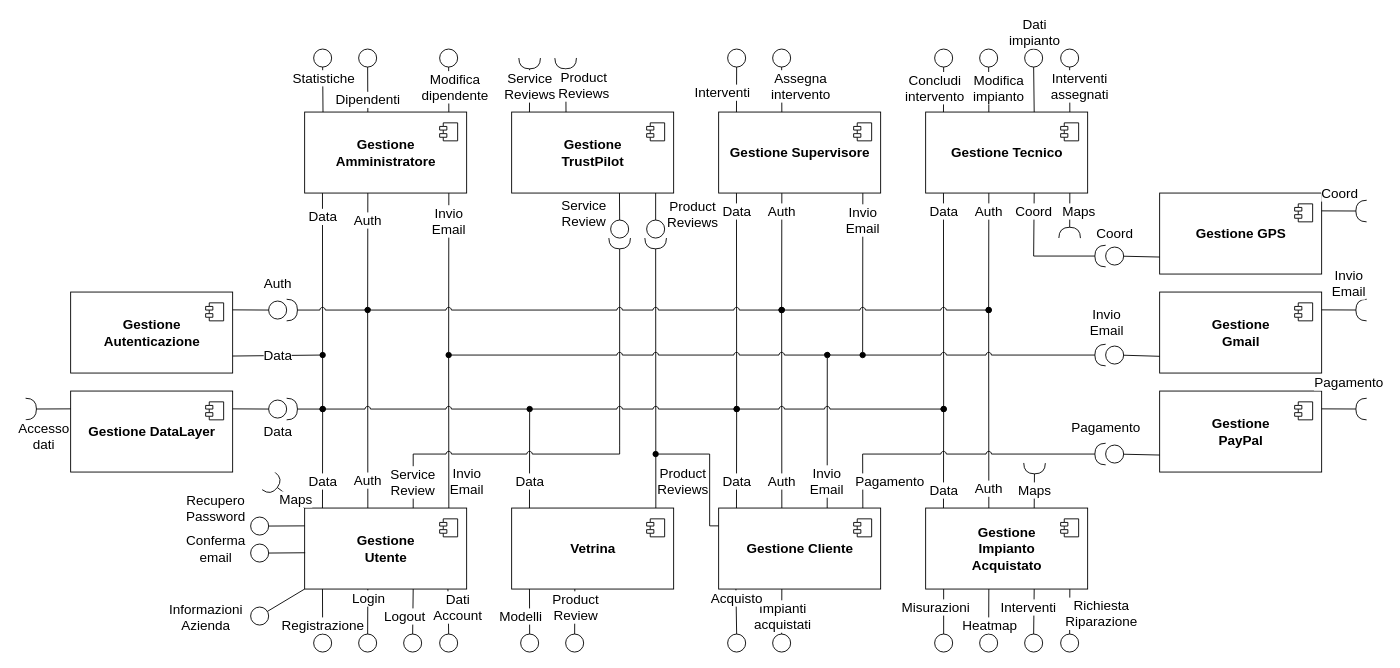
Above: deliverables/d2/.media/.drawio/diagrammacomp.drawio in amanfucci/ardeeno-workondeliverables (draw.io), before the change. Source tidied: cells renumbered, new cells numbered last; positions are measured from the earlier drawing's top-left corner, leaving out a move shared by most shapes. Both pictures are drawn from the tidied source at 90%, with x=0, y=0 at pixel (25, 49).
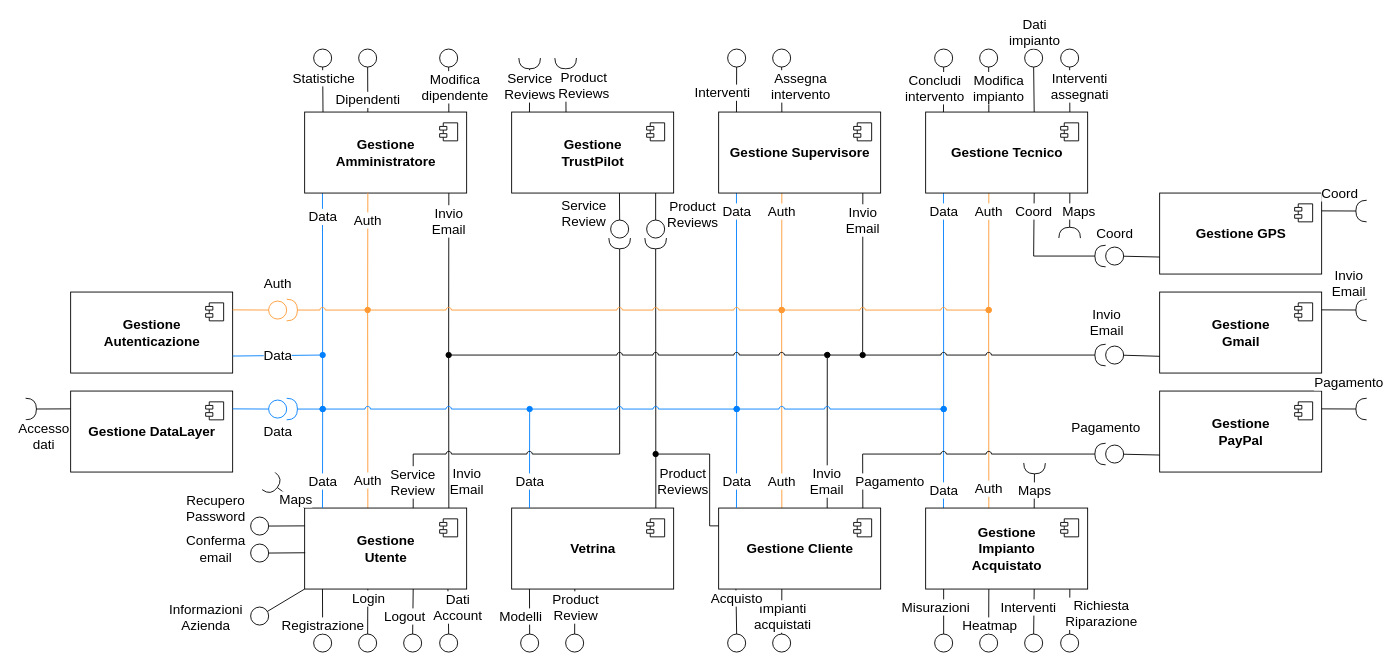
The same diagram, later.

The change refers to these unchanged cells:
```xml
<mxCell id="18" value="&lt;b&gt;Gestione Cliente&lt;/b&gt;" style="html=1;strokeColor=default;fontFamily=Helvetica;fontSize=15;fontColor=default;fillColor=default;points=[[0,0,0,0,0],[0,0.11,0,0,0],[0,0.22,0,0,0],[0,0.34,0,0,0],[0,0.46,0,0,0],[0,0.57,0,0,0],[0,0.68,0,0,0],[0,0.79,0,0,0],[0,0.9,0,0,0],[0,1,0,0,0],[0.06,0,0,0,0],[0.06,1,0,0,0],[0.11,0,0,0,0],[0.11,1,0,0,0],[0.17,0,0,0,0],[0.17,1,0,0,0],[0.22,0,0,0,0],[0.22,1,0,0,0],[0.28,0,0,0,0],[0.28,1,0,0,0],[0.33,0,0,0,0],[0.33,1,0,0,0],[0.39,0,0,0,0],[0.39,1,0,0,0],[0.44,0,0,0,0],[0.44,1,0,0,0],[0.5,0,0,0,0],[0.5,1,0,0,0],[0.56,0,0,0,0],[0.56,1,0,0,0],[0.61,0,0,0,0],[0.61,1,0,0,0],[0.67,0,0,0,0],[0.67,1,0,0,0],[0.72,0,0,0,0],[0.72,1,0,0,0],[0.78,0,0,0,0],[0.78,1,0,0,0],[0.83,0,0,0,0],[0.83,1,0,0,0],[0.89,0,0,0,0],[0.89,1,0,0,0],[0.94,0,0,0,0],[0.94,1,0,0,0],[1,0,0,0,0],[1,0.11,0,0,0],[1,0.22,0,0,0],[1,0.34,0,0,0],[1,0.46,0,0,0],[1,0.57,0,0,0],[1,0.68,0,0,0],[1,0.79,0,0,0],[1,0.9,0,0,0],[1,1,0,0,0]];movableLabel=0;" parent="17" vertex="1">
  <mxGeometry width="180" height="90" as="geometry" />
</mxCell>
<mxCell id="21" value="&lt;b&gt;Gestione Supervisore&lt;/b&gt;" style="html=1;strokeColor=default;fontFamily=Helvetica;fontSize=15;fontColor=default;fillColor=default;points=[[0,0,0,0,0],[0,0.11,0,0,0],[0,0.22,0,0,0],[0,0.34,0,0,0],[0,0.46,0,0,0],[0,0.57,0,0,0],[0,0.68,0,0,0],[0,0.79,0,0,0],[0,0.9,0,0,0],[0,1,0,0,0],[0.06,0,0,0,0],[0.06,1,0,0,0],[0.11,0,0,0,0],[0.11,1,0,0,0],[0.17,0,0,0,0],[0.17,1,0,0,0],[0.22,0,0,0,0],[0.22,1,0,0,0],[0.28,0,0,0,0],[0.28,1,0,0,0],[0.33,0,0,0,0],[0.33,1,0,0,0],[0.39,0,0,0,0],[0.39,1,0,0,0],[0.44,0,0,0,0],[0.44,1,0,0,0],[0.5,0,0,0,0],[0.5,1,0,0,0],[0.56,0,0,0,0],[0.56,1,0,0,0],[0.61,0,0,0,0],[0.61,1,0,0,0],[0.67,0,0,0,0],[0.67,1,0,0,0],[0.72,0,0,0,0],[0.72,1,0,0,0],[0.78,0,0,0,0],[0.78,1,0,0,0],[0.83,0,0,0,0],[0.83,1,0,0,0],[0.89,0,0,0,0],[0.89,1,0,0,0],[0.94,0,0,0,0],[0.94,1,0,0,0],[1,0,0,0,0],[1,0.11,0,0,0],[1,0.22,0,0,0],[1,0.34,0,0,0],[1,0.46,0,0,0],[1,0.57,0,0,0],[1,0.68,0,0,0],[1,0.79,0,0,0],[1,0.9,0,0,0],[1,1,0,0,0]];movableLabel=0;" parent="20" vertex="1">
  <mxGeometry width="180" height="90" as="geometry" />
</mxCell>
<mxCell id="24" value="&lt;b&gt;Gestione&lt;br&gt;Amministratore&lt;/b&gt;" style="html=1;strokeColor=default;fontFamily=Helvetica;fontSize=15;fontColor=default;fillColor=default;points=[[0,0,0,0,0],[0,0.11,0,0,0],[0,0.22,0,0,0],[0,0.34,0,0,0],[0,0.46,0,0,0],[0,0.57,0,0,0],[0,0.68,0,0,0],[0,0.79,0,0,0],[0,0.9,0,0,0],[0,1,0,0,0],[0.06,0,0,0,0],[0.06,1,0,0,0],[0.11,0,0,0,0],[0.11,1,0,0,0],[0.17,0,0,0,0],[0.17,1,0,0,0],[0.22,0,0,0,0],[0.22,1,0,0,0],[0.28,0,0,0,0],[0.28,1,0,0,0],[0.33,0,0,0,0],[0.33,1,0,0,0],[0.39,0,0,0,0],[0.39,1,0,0,0],[0.44,0,0,0,0],[0.44,1,0,0,0],[0.5,0,0,0,0],[0.5,1,0,0,0],[0.56,0,0,0,0],[0.56,1,0,0,0],[0.61,0,0,0,0],[0.61,1,0,0,0],[0.67,0,0,0,0],[0.67,1,0,0,0],[0.72,0,0,0,0],[0.72,1,0,0,0],[0.78,0,0,0,0],[0.78,1,0,0,0],[0.83,0,0,0,0],[0.83,1,0,0,0],[0.89,0,0,0,0],[0.89,1,0,0,0],[0.94,0,0,0,0],[0.94,1,0,0,0],[1,0,0,0,0],[1,0.11,0,0,0],[1,0.22,0,0,0],[1,0.34,0,0,0],[1,0.46,0,0,0],[1,0.57,0,0,0],[1,0.68,0,0,0],[1,0.79,0,0,0],[1,0.9,0,0,0],[1,1,0,0,0]];movableLabel=0;" parent="23" vertex="1">
  <mxGeometry width="180" height="90" as="geometry" />
</mxCell>
<mxCell id="27" value="&lt;b&gt;Gestione Tecnico&lt;/b&gt;" style="html=1;strokeColor=default;fontFamily=Helvetica;fontSize=15;fontColor=default;fillColor=default;points=[[0,0,0,0,0],[0,0.11,0,0,0],[0,0.22,0,0,0],[0,0.34,0,0,0],[0,0.46,0,0,0],[0,0.57,0,0,0],[0,0.68,0,0,0],[0,0.79,0,0,0],[0,0.9,0,0,0],[0,1,0,0,0],[0.06,0,0,0,0],[0.06,1,0,0,0],[0.11,0,0,0,0],[0.11,1,0,0,0],[0.17,0,0,0,0],[0.17,1,0,0,0],[0.22,0,0,0,0],[0.22,1,0,0,0],[0.28,0,0,0,0],[0.28,1,0,0,0],[0.33,0,0,0,0],[0.33,1,0,0,0],[0.39,0,0,0,0],[0.39,1,0,0,0],[0.44,0,0,0,0],[0.44,1,0,0,0],[0.5,0,0,0,0],[0.5,1,0,0,0],[0.56,0,0,0,0],[0.56,1,0,0,0],[0.61,0,0,0,0],[0.61,1,0,0,0],[0.67,0,0,0,0],[0.67,1,0,0,0],[0.72,0,0,0,0],[0.72,1,0,0,0],[0.78,0,0,0,0],[0.78,1,0,0,0],[0.83,0,0,0,0],[0.83,1,0,0,0],[0.89,0,0,0,0],[0.89,1,0,0,0],[0.94,0,0,0,0],[0.94,1,0,0,0],[1,0,0,0,0],[1,0.11,0,0,0],[1,0.22,0,0,0],[1,0.34,0,0,0],[1,0.46,0,0,0],[1,0.57,0,0,0],[1,0.68,0,0,0],[1,0.79,0,0,0],[1,0.9,0,0,0],[1,1,0,0,0]];movableLabel=0;" parent="26" vertex="1">
  <mxGeometry width="180" height="90" as="geometry" />
</mxCell>
<mxCell id="39" value="&lt;b&gt;Gestione&lt;br&gt;Utente&lt;br&gt;&lt;/b&gt;" style="html=1;strokeColor=default;fontFamily=Helvetica;fontSize=15;fontColor=default;fillColor=default;points=[[0,0,0,0,0],[0,0.11,0,0,0],[0,0.22,0,0,0],[0,0.34,0,0,0],[0,0.46,0,0,0],[0,0.57,0,0,0],[0,0.68,0,0,0],[0,0.79,0,0,0],[0,0.9,0,0,0],[0,1,0,0,0],[0.06,0,0,0,0],[0.06,1,0,0,0],[0.11,0,0,0,0],[0.11,1,0,0,0],[0.17,0,0,0,0],[0.17,1,0,0,0],[0.22,0,0,0,0],[0.22,1,0,0,0],[0.28,0,0,0,0],[0.28,1,0,0,0],[0.33,0,0,0,0],[0.33,1,0,0,0],[0.39,0,0,0,0],[0.39,1,0,0,0],[0.44,0,0,0,0],[0.44,1,0,0,0],[0.5,0,0,0,0],[0.5,1,0,0,0],[0.56,0,0,0,0],[0.56,1,0,0,0],[0.61,0,0,0,0],[0.61,1,0,0,0],[0.67,0,0,0,0],[0.67,1,0,0,0],[0.72,0,0,0,0],[0.72,1,0,0,0],[0.78,0,0,0,0],[0.78,1,0,0,0],[0.83,0,0,0,0],[0.83,1,0,0,0],[0.89,0,0,0,0],[0.89,1,0,0,0],[0.94,0,0,0,0],[0.94,1,0,0,0],[1,0,0,0,0],[1,0.11,0,0,0],[1,0.22,0,0,0],[1,0.34,0,0,0],[1,0.46,0,0,0],[1,0.57,0,0,0],[1,0.68,0,0,0],[1,0.79,0,0,0],[1,0.9,0,0,0],[1,1,0,0,0]];movableLabel=0;" parent="38" vertex="1">
  <mxGeometry width="180" height="90" as="geometry" />
</mxCell>
<mxCell id="74" value="&lt;b&gt;Gestione&lt;br&gt;Impianto&lt;br&gt;Acquistato&lt;br&gt;&lt;/b&gt;" style="html=1;strokeColor=default;fontFamily=Helvetica;fontSize=15;fontColor=default;fillColor=default;points=[[0,0,0,0,0],[0,0.11,0,0,0],[0,0.22,0,0,0],[0,0.34,0,0,0],[0,0.46,0,0,0],[0,0.57,0,0,0],[0,0.68,0,0,0],[0,0.79,0,0,0],[0,0.9,0,0,0],[0,1,0,0,0],[0.06,0,0,0,0],[0.06,1,0,0,0],[0.11,0,0,0,0],[0.11,1,0,0,0],[0.17,0,0,0,0],[0.17,1,0,0,0],[0.22,0,0,0,0],[0.22,1,0,0,0],[0.28,0,0,0,0],[0.28,1,0,0,0],[0.33,0,0,0,0],[0.33,1,0,0,0],[0.39,0,0,0,0],[0.39,1,0,0,0],[0.44,0,0,0,0],[0.44,1,0,0,0],[0.5,0,0,0,0],[0.5,1,0,0,0],[0.56,0,0,0,0],[0.56,1,0,0,0],[0.61,0,0,0,0],[0.61,1,0,0,0],[0.67,0,0,0,0],[0.67,1,0,0,0],[0.72,0,0,0,0],[0.72,1,0,0,0],[0.78,0,0,0,0],[0.78,1,0,0,0],[0.83,0,0,0,0],[0.83,1,0,0,0],[0.89,0,0,0,0],[0.89,1,0,0,0],[0.94,0,0,0,0],[0.94,1,0,0,0],[1,0,0,0,0],[1,0.11,0,0,0],[1,0.22,0,0,0],[1,0.34,0,0,0],[1,0.46,0,0,0],[1,0.57,0,0,0],[1,0.68,0,0,0],[1,0.79,0,0,0],[1,0.9,0,0,0],[1,1,0,0,0]];movableLabel=0;" parent="73" vertex="1">
  <mxGeometry width="180" height="90" as="geometry" />
</mxCell>
<mxCell id="89" value="&lt;b&gt;Gestione DataLayer&lt;/b&gt;" style="html=1;strokeColor=default;fontFamily=Helvetica;fontSize=15;fontColor=default;fillColor=default;points=[[0,0,0,0,0],[0,0.11,0,0,0],[0,0.22,0,0,0],[0,0.34,0,0,0],[0,0.46,0,0,0],[0,0.57,0,0,0],[0,0.68,0,0,0],[0,0.79,0,0,0],[0,0.9,0,0,0],[0,1,0,0,0],[0.06,0,0,0,0],[0.06,1,0,0,0],[0.11,0,0,0,0],[0.11,1,0,0,0],[0.17,0,0,0,0],[0.17,1,0,0,0],[0.22,0,0,0,0],[0.22,1,0,0,0],[0.28,0,0,0,0],[0.28,1,0,0,0],[0.33,0,0,0,0],[0.33,1,0,0,0],[0.39,0,0,0,0],[0.39,1,0,0,0],[0.44,0,0,0,0],[0.44,1,0,0,0],[0.5,0,0,0,0],[0.5,1,0,0,0],[0.56,0,0,0,0],[0.56,1,0,0,0],[0.61,0,0,0,0],[0.61,1,0,0,0],[0.67,0,0,0,0],[0.67,1,0,0,0],[0.72,0,0,0,0],[0.72,1,0,0,0],[0.78,0,0,0,0],[0.78,1,0,0,0],[0.83,0,0,0,0],[0.83,1,0,0,0],[0.89,0,0,0,0],[0.89,1,0,0,0],[0.94,0,0,0,0],[0.94,1,0,0,0],[1,0,0,0,0],[1,0.11,0,0,0],[1,0.22,0,0,0],[1,0.34,0,0,0],[1,0.46,0,0,0],[1,0.57,0,0,0],[1,0.68,0,0,0],[1,0.79,0,0,0],[1,0.9,0,0,0],[1,1,0,0,0]];movableLabel=0;" parent="88" vertex="1">
  <mxGeometry width="180" height="90" as="geometry" />
</mxCell>
<mxCell id="100" value="&lt;b&gt;Gestione&lt;br&gt;Autenticazione&lt;br&gt;&lt;/b&gt;" style="html=1;strokeColor=default;fontFamily=Helvetica;fontSize=15;fontColor=default;fillColor=default;points=[[0,0,0,0,0],[0,0.11,0,0,0],[0,0.22,0,0,0],[0,0.34,0,0,0],[0,0.46,0,0,0],[0,0.57,0,0,0],[0,0.68,0,0,0],[0,0.79,0,0,0],[0,0.9,0,0,0],[0,1,0,0,0],[0.06,0,0,0,0],[0.06,1,0,0,0],[0.11,0,0,0,0],[0.11,1,0,0,0],[0.17,0,0,0,0],[0.17,1,0,0,0],[0.22,0,0,0,0],[0.22,1,0,0,0],[0.28,0,0,0,0],[0.28,1,0,0,0],[0.33,0,0,0,0],[0.33,1,0,0,0],[0.39,0,0,0,0],[0.39,1,0,0,0],[0.44,0,0,0,0],[0.44,1,0,0,0],[0.5,0,0,0,0],[0.5,1,0,0,0],[0.56,0,0,0,0],[0.56,1,0,0,0],[0.61,0,0,0,0],[0.61,1,0,0,0],[0.67,0,0,0,0],[0.67,1,0,0,0],[0.72,0,0,0,0],[0.72,1,0,0,0],[0.78,0,0,0,0],[0.78,1,0,0,0],[0.83,0,0,0,0],[0.83,1,0,0,0],[0.89,0,0,0,0],[0.89,1,0,0,0],[0.94,0,0,0,0],[0.94,1,0,0,0],[1,0,0,0,0],[1,0.11,0,0,0],[1,0.22,0,0,0],[1,0.34,0,0,0],[1,0.46,0,0,0],[1,0.57,0,0,0],[1,0.68,0,0,0],[1,0.79,0,0,0],[1,0.9,0,0,0],[1,1,0,0,0]];movableLabel=0;" parent="99" vertex="1">
  <mxGeometry width="180" height="90" as="geometry" />
</mxCell>
<mxCell id="126" value="&lt;b&gt;Vetrina&lt;/b&gt;" style="html=1;strokeColor=default;fontFamily=Helvetica;fontSize=15;fontColor=default;fillColor=default;points=[[0,0,0,0,0],[0,0.11,0,0,0],[0,0.22,0,0,0],[0,0.34,0,0,0],[0,0.46,0,0,0],[0,0.57,0,0,0],[0,0.68,0,0,0],[0,0.79,0,0,0],[0,0.9,0,0,0],[0,1,0,0,0],[0.06,0,0,0,0],[0.06,1,0,0,0],[0.11,0,0,0,0],[0.11,1,0,0,0],[0.17,0,0,0,0],[0.17,1,0,0,0],[0.22,0,0,0,0],[0.22,1,0,0,0],[0.28,0,0,0,0],[0.28,1,0,0,0],[0.33,0,0,0,0],[0.33,1,0,0,0],[0.39,0,0,0,0],[0.39,1,0,0,0],[0.44,0,0,0,0],[0.44,1,0,0,0],[0.5,0,0,0,0],[0.5,1,0,0,0],[0.56,0,0,0,0],[0.56,1,0,0,0],[0.61,0,0,0,0],[0.61,1,0,0,0],[0.67,0,0,0,0],[0.67,1,0,0,0],[0.72,0,0,0,0],[0.72,1,0,0,0],[0.78,0,0,0,0],[0.78,1,0,0,0],[0.83,0,0,0,0],[0.83,1,0,0,0],[0.89,0,0,0,0],[0.89,1,0,0,0],[0.94,0,0,0,0],[0.94,1,0,0,0],[1,0,0,0,0],[1,0.11,0,0,0],[1,0.22,0,0,0],[1,0.34,0,0,0],[1,0.46,0,0,0],[1,0.57,0,0,0],[1,0.68,0,0,0],[1,0.79,0,0,0],[1,0.9,0,0,0],[1,1,0,0,0]];movableLabel=0;" parent="125" vertex="1">
  <mxGeometry width="180" height="90" as="geometry" />
</mxCell>
```

Change to the diagram source:
```diff
@@
-    <mxCell id="6" value="Auth" style="endArrow=none;html=1;rounded=0;labelBackgroundColor=default;strokeColor=default;fontFamily=Helvetica;fontSize=15;fontColor=default;shape=connector;jumpStyle=arc;exitX=0.39;exitY=0;exitDx=0;exitDy=0;exitPerimeter=0;" parent="1" edge="1" source="39">
+    <mxCell id="6" value="Auth" style="endArrow=none;html=1;rounded=0;labelBackgroundColor=default;strokeColor=#FF9933;fontFamily=Helvetica;fontSize=15;fontColor=default;shape=connector;jumpStyle=arc;exitX=0.39;exitY=0;exitDx=0;exitDy=0;exitPerimeter=0;" parent="1" edge="1" source="39">
       <mxGeometry x="-0.73" relative="1" as="geometry">
         <mxPoint x="380" y="290" as="targetPoint" />
         <mxPoint y="-1" as="offset" />
       </mxGeometry>
     </mxCell>
@@
-    <mxCell id="8" value="Auth" style="edgeStyle=none;rounded=0;jumpStyle=arc;jettySize=auto;html=1;exitX=0.39;exitY=0;exitDx=0;exitDy=0;exitPerimeter=0;fontSize=15;endArrow=oval;endFill=1;jumpSize=6;" parent="1" edge="1" source="74">
+    <mxCell id="8" value="Auth" style="edgeStyle=none;rounded=0;jumpStyle=arc;jettySize=auto;html=1;exitX=0.39;exitY=0;exitDx=0;exitDy=0;exitPerimeter=0;fontSize=15;endArrow=oval;endFill=1;jumpSize=6;strokeColor=#FF9933;" parent="1" edge="1" source="74">
       <mxGeometry x="-0.8" relative="1" as="geometry">
         <mxPoint x="1070" y="290" as="targetPoint" />
       </mxGeometry>
     </mxCell>
-    <mxCell id="9" value="Data" style="edgeStyle=none;rounded=0;jumpStyle=arc;jettySize=auto;html=1;exitX=0.11;exitY=0;exitDx=0;exitDy=0;exitPerimeter=0;fontSize=15;endArrow=oval;endFill=1;jumpSize=6;" parent="1" edge="1" source="74">
+    <mxCell id="9" value="Data" style="edgeStyle=none;rounded=0;jumpStyle=arc;jettySize=auto;html=1;exitX=0.11;exitY=0;exitDx=0;exitDy=0;exitPerimeter=0;fontSize=15;endArrow=oval;endFill=1;jumpSize=6;strokeColor=#007FFF;" parent="1" edge="1" source="74">
       <mxGeometry x="-0.64" relative="1" as="geometry">
         <mxPoint x="1020" y="400" as="targetPoint" />
       </mxGeometry>
     </mxCell>
-    <mxCell id="10" value="Auth" style="edgeStyle=none;rounded=0;jumpStyle=arc;jettySize=auto;html=1;exitX=0.39;exitY=0;exitDx=0;exitDy=0;exitPerimeter=0;fontSize=15;endArrow=oval;endFill=1;jumpSize=6;" parent="1" edge="1" source="18">
+    <mxCell id="10" value="Auth" style="edgeStyle=none;rounded=0;jumpStyle=arc;jettySize=auto;html=1;exitX=0.39;exitY=0;exitDx=0;exitDy=0;exitPerimeter=0;fontSize=15;endArrow=oval;endFill=1;jumpSize=6;strokeColor=#FF9933;" parent="1" edge="1" source="18">
       <mxGeometry x="-0.73" relative="1" as="geometry">
         <mxPoint x="840" y="290" as="targetPoint" />
         <Array as="points">
           <mxPoint x="840" y="290" />
         </Array>
       </mxGeometry>
     </mxCell>
@@
-    <mxCell id="12" value="Data" style="rounded=0;jettySize=auto;html=1;exitX=0.11;exitY=1;exitDx=0;exitDy=0;exitPerimeter=0;endArrow=oval;endFill=1;jumpStyle=arc;fontSize=15;jumpSize=6;" parent="1" edge="1" source="27">
+    <mxCell id="12" value="Data" style="rounded=0;jettySize=auto;html=1;exitX=0.11;exitY=1;exitDx=0;exitDy=0;exitPerimeter=0;endArrow=oval;endFill=1;jumpStyle=arc;fontSize=15;jumpSize=6;strokeColor=#007FFF;" parent="1" edge="1" source="27">
       <mxGeometry x="-0.83" relative="1" as="geometry">
         <mxPoint x="1020" y="400" as="targetPoint" />
         <Array as="points">
           <mxPoint x="1020" y="400" />
         </Array>
       </mxGeometry>
     </mxCell>
-    <mxCell id="13" value="Auth" style="edgeStyle=none;rounded=0;jumpStyle=arc;jettySize=auto;html=1;exitX=0.39;exitY=1;exitDx=0;exitDy=0;exitPerimeter=0;fontSize=15;endArrow=oval;endFill=1;jumpSize=6;" parent="1" edge="1" source="27">
+    <mxCell id="13" value="Auth" style="edgeStyle=none;rounded=0;jumpStyle=arc;jettySize=auto;html=1;exitX=0.39;exitY=1;exitDx=0;exitDy=0;exitPerimeter=0;fontSize=15;endArrow=oval;endFill=1;jumpSize=6;strokeColor=#FF9933;" parent="1" edge="1" source="27">
       <mxGeometry x="-0.69" relative="1" as="geometry">
         <mxPoint x="1070" y="290" as="targetPoint" />
         <Array as="points">
           <mxPoint x="1070" y="290" />
         </Array>
       </mxGeometry>
     </mxCell>
-    <mxCell id="14" value="Data" style="edgeStyle=none;rounded=0;jumpStyle=arc;jettySize=auto;html=1;exitX=0.11;exitY=1;exitDx=0;exitDy=0;exitPerimeter=0;fontSize=15;endArrow=oval;endFill=1;jumpSize=6;" parent="1" edge="1" source="21">
+    <mxCell id="14" value="Data" style="edgeStyle=none;rounded=0;jumpStyle=arc;jettySize=auto;html=1;exitX=0.11;exitY=1;exitDx=0;exitDy=0;exitPerimeter=0;fontSize=15;endArrow=oval;endFill=1;jumpSize=6;strokeColor=#007FFF;" parent="1" edge="1" source="21">
       <mxGeometry x="-0.83" relative="1" as="geometry">
         <mxPoint x="790" y="400" as="targetPoint" />
       </mxGeometry>
     </mxCell>
-    <mxCell id="15" value="Auth" style="edgeStyle=none;rounded=0;jumpStyle=arc;jettySize=auto;html=1;exitX=0.39;exitY=1;exitDx=0;exitDy=0;exitPerimeter=0;strokeColor=default;fontSize=15;endArrow=oval;endFill=1;jumpSize=6;" parent="1" edge="1" source="21">
+    <mxCell id="15" value="Auth" style="edgeStyle=none;rounded=0;jumpStyle=arc;jettySize=auto;html=1;exitX=0.39;exitY=1;exitDx=0;exitDy=0;exitPerimeter=0;strokeColor=#FF9933;fontSize=15;endArrow=oval;endFill=1;jumpSize=6;" parent="1" edge="1" source="21">
       <mxGeometry x="-0.7" relative="1" as="geometry">
         <mxPoint x="840" y="290" as="targetPoint" />
       </mxGeometry>
     </mxCell>
-    <mxCell id="16" value="Data" style="edgeStyle=none;rounded=0;jumpStyle=arc;jettySize=auto;html=1;exitX=0.11;exitY=1;exitDx=0;exitDy=0;exitPerimeter=0;fontSize=15;endArrow=oval;endFill=1;jumpSize=6;" parent="1" edge="1" source="24">
+    <mxCell id="16" value="Data" style="edgeStyle=none;rounded=0;jumpStyle=arc;jettySize=auto;html=1;exitX=0.11;exitY=1;exitDx=0;exitDy=0;exitPerimeter=0;fontSize=15;endArrow=oval;endFill=1;jumpSize=6;strokeColor=#007FFF;" parent="1" edge="1" source="24">
       <mxGeometry x="-0.78" relative="1" as="geometry">
         <mxPoint x="330" y="400" as="targetPoint" />
       </mxGeometry>
     </mxCell>
@@
-    <mxCell id="96" style="ellipse;whiteSpace=wrap;html=1;align=center;points=[];outlineConnect=0;sketch=0;strokeColor=default;fontFamily=Helvetica;fontSize=15;fontColor=default;fillColor=default;" parent="1" vertex="1">
+    <mxCell id="96" style="ellipse;whiteSpace=wrap;html=1;align=center;points=[];outlineConnect=0;sketch=0;strokeColor=#007FFF;fontFamily=Helvetica;fontSize=15;fontColor=default;fillColor=default;" parent="1" vertex="1">
       <mxGeometry x="270" y="390" width="20" height="20" as="geometry" />
     </mxCell>
-    <mxCell id="97" style="rounded=0;jettySize=auto;html=1;endArrow=none;endFill=0;sketch=0;sourcePerimeterSpacing=0;targetPerimeterSpacing=0;labelBackgroundColor=default;strokeColor=default;fontFamily=Helvetica;fontSize=15;fontColor=default;startSize=20;endSize=20;shape=connector;elbow=vertical;exitX=1;exitY=0.22;exitDx=0;exitDy=0;exitPerimeter=0;jumpStyle=arc;jumpSize=6;" parent="1" edge="1" source="89" target="96">
+    <mxCell id="97" style="rounded=0;jettySize=auto;html=1;endArrow=none;endFill=0;sketch=0;sourcePerimeterSpacing=0;targetPerimeterSpacing=0;labelBackgroundColor=default;strokeColor=#007FFF;fontFamily=Helvetica;fontSize=15;fontColor=default;startSize=20;endSize=20;shape=connector;elbow=vertical;exitX=1;exitY=0.22;exitDx=0;exitDy=0;exitPerimeter=0;jumpStyle=arc;jumpSize=6;" parent="1" edge="1" source="89" target="96">
       <mxGeometry relative="1" as="geometry" />
     </mxCell>
@@
-    <mxCell id="102" style="ellipse;whiteSpace=wrap;html=1;align=center;points=[];outlineConnect=0;sketch=0;strokeColor=default;fontFamily=Helvetica;fontSize=15;fontColor=default;fillColor=default;" parent="1" vertex="1">
+    <mxCell id="102" style="ellipse;whiteSpace=wrap;html=1;align=center;points=[];outlineConnect=0;sketch=0;strokeColor=#FF9933;fontFamily=Helvetica;fontSize=15;fontColor=default;fillColor=default;" parent="1" vertex="1">
       <mxGeometry x="270" y="280" width="20" height="20" as="geometry" />
     </mxCell>
-    <mxCell id="103" style="rounded=0;jettySize=auto;html=1;endArrow=none;endFill=0;sketch=0;sourcePerimeterSpacing=0;targetPerimeterSpacing=0;labelBackgroundColor=default;strokeColor=default;fontFamily=Helvetica;fontSize=15;fontColor=default;startSize=20;endSize=20;shape=connector;elbow=vertical;exitX=1;exitY=0.22;exitDx=0;exitDy=0;exitPerimeter=0;jumpStyle=arc;jumpSize=6;" parent="1" edge="1" source="100" target="102">
+    <mxCell id="103" style="rounded=0;jettySize=auto;html=1;endArrow=none;endFill=0;sketch=0;sourcePerimeterSpacing=0;targetPerimeterSpacing=0;labelBackgroundColor=default;strokeColor=#FF9933;fontFamily=Helvetica;fontSize=15;fontColor=default;startSize=20;endSize=20;shape=connector;elbow=vertical;exitX=1;exitY=0.22;exitDx=0;exitDy=0;exitPerimeter=0;jumpStyle=arc;jumpSize=6;" parent="1" edge="1" source="100" target="102">
       <mxGeometry relative="1" as="geometry" />
     </mxCell>
@@
-    <mxCell id="119" style="rounded=0;jettySize=auto;html=1;endArrow=halfCircle;endFill=0;endSize=10;strokeWidth=1;sketch=0;labelBackgroundColor=default;strokeColor=default;fontFamily=Helvetica;fontSize=15;fontColor=default;shape=connector;elbow=vertical;jumpSize=6;anchorPointDirection=0;jumpStyle=arc;" parent="1" edge="1" target="96">
+    <mxCell id="119" style="rounded=0;jettySize=auto;html=1;endArrow=halfCircle;endFill=0;endSize=10;strokeWidth=1;sketch=0;labelBackgroundColor=default;strokeColor=#007FFF;fontFamily=Helvetica;fontSize=15;fontColor=default;shape=connector;elbow=vertical;jumpSize=6;anchorPointDirection=0;jumpStyle=arc;" parent="1" edge="1" target="96">
       <mxGeometry relative="1" as="geometry">
         <mxPoint x="1020" y="400" as="sourcePoint" />
         <Array as="points">
           <mxPoint x="330" y="400" />
         </Array>
       </mxGeometry>
     </mxCell>
@@
-    <mxCell id="124" value="Data" style="edgeStyle=none;rounded=0;jumpStyle=arc;jettySize=auto;html=1;exitX=0.11;exitY=0;exitDx=0;exitDy=0;exitPerimeter=0;fontSize=15;endArrow=oval;endFill=1;jumpSize=6;" parent="1" edge="1" source="39">
+    <mxCell id="124" value="Data" style="edgeStyle=none;rounded=0;jumpStyle=arc;jettySize=auto;html=1;exitX=0.11;exitY=0;exitDx=0;exitDy=0;exitPerimeter=0;fontSize=15;endArrow=oval;endFill=1;jumpSize=6;strokeColor=#007FFF;" parent="1" edge="1" source="39">
       <mxGeometry x="-0.45" relative="1" as="geometry">
         <mxPoint x="330" y="400" as="targetPoint" />
       </mxGeometry>
     </mxCell>
@@
-    <mxCell id="134" value="Data" style="edgeStyle=none;rounded=0;jumpStyle=arc;jettySize=auto;html=1;exitX=0.11;exitY=0;exitDx=0;exitDy=0;exitPerimeter=0;fontSize=15;endArrow=oval;endFill=1;jumpSize=6;" parent="1" edge="1" source="126">
+    <mxCell id="134" value="Data" style="edgeStyle=none;rounded=0;jumpStyle=arc;jettySize=auto;html=1;exitX=0.11;exitY=0;exitDx=0;exitDy=0;exitPerimeter=0;fontSize=15;endArrow=oval;endFill=1;jumpSize=6;strokeColor=#007FFF;" parent="1" edge="1" source="126">
       <mxGeometry x="-0.45" relative="1" as="geometry">
         <mxPoint x="560" y="400" as="targetPoint" />
       </mxGeometry>
     </mxCell>
-    <mxCell id="135" value="Data" style="edgeStyle=none;rounded=0;jumpStyle=arc;jettySize=auto;html=1;exitX=0.11;exitY=0;exitDx=0;exitDy=0;exitPerimeter=0;fontSize=15;endArrow=oval;endFill=1;jumpSize=6;" parent="1" edge="1" source="18">
+    <mxCell id="135" value="Data" style="edgeStyle=none;rounded=0;jumpStyle=arc;jettySize=auto;html=1;exitX=0.11;exitY=0;exitDx=0;exitDy=0;exitPerimeter=0;fontSize=15;endArrow=oval;endFill=1;jumpSize=6;strokeColor=#007FFF;" parent="1" edge="1" source="18">
       <mxGeometry x="-0.45" relative="1" as="geometry">
         <mxPoint x="790" y="400" as="targetPoint" />
       </mxGeometry>
     </mxCell>
@@
-    <mxCell id="142" value="Auth" style="edgeStyle=none;rounded=0;jumpStyle=arc;jettySize=auto;html=1;exitX=0.39;exitY=1;exitDx=0;exitDy=0;exitPerimeter=0;fontSize=15;endArrow=oval;endFill=1;jumpSize=6;" parent="1" edge="1" source="24">
+    <mxCell id="142" value="Auth" style="edgeStyle=none;rounded=0;jumpStyle=arc;jettySize=auto;html=1;exitX=0.39;exitY=1;exitDx=0;exitDy=0;exitPerimeter=0;fontSize=15;endArrow=oval;endFill=1;jumpSize=6;strokeColor=#FF9933;" parent="1" edge="1" source="24">
       <mxGeometry x="-0.54" relative="1" as="geometry">
         <mxPoint x="380" y="290" as="targetPoint" />
       </mxGeometry>
     </mxCell>
@@
-    <mxCell id="156" style="rounded=0;jettySize=auto;html=1;endArrow=halfCircle;endFill=0;endSize=10;strokeWidth=1;sketch=0;labelBackgroundColor=default;strokeColor=default;fontFamily=Helvetica;fontSize=15;fontColor=default;shape=connector;elbow=vertical;jumpSize=6;anchorPointDirection=0;jumpStyle=arc;" parent="1" edge="1" target="102">
+    <mxCell id="156" style="rounded=0;jettySize=auto;html=1;endArrow=halfCircle;endFill=0;endSize=10;strokeWidth=1;sketch=0;labelBackgroundColor=default;strokeColor=#FF9933;fontFamily=Helvetica;fontSize=15;fontColor=default;shape=connector;elbow=vertical;jumpSize=6;anchorPointDirection=0;jumpStyle=arc;" parent="1" edge="1" target="102">
       <mxGeometry x="-0.79" relative="1" as="geometry">
         <mxPoint x="1070" y="290" as="sourcePoint" />
       </mxGeometry>
     </mxCell>
@@
-    <mxCell id="158" value="Data" style="endArrow=none;html=1;rounded=0;labelBackgroundColor=default;strokeColor=default;fontFamily=Helvetica;fontSize=15;fontColor=default;shape=connector;jumpStyle=arc;entryX=1;entryY=0.79;entryDx=0;entryDy=0;entryPerimeter=0;startArrow=oval;startFill=1;" parent="1" edge="1" target="100">
+    <mxCell id="158" value="Data" style="endArrow=none;html=1;rounded=0;labelBackgroundColor=default;strokeColor=#007FFF;fontFamily=Helvetica;fontSize=15;fontColor=default;shape=connector;jumpStyle=arc;entryX=1;entryY=0.79;entryDx=0;entryDy=0;entryPerimeter=0;startArrow=oval;startFill=1;" parent="1" edge="1" target="100">
       <mxGeometry y="-1" relative="1" as="geometry">
         <mxPoint x="330" y="340" as="sourcePoint" />
       </mxGeometry>
     </mxCell>
```
